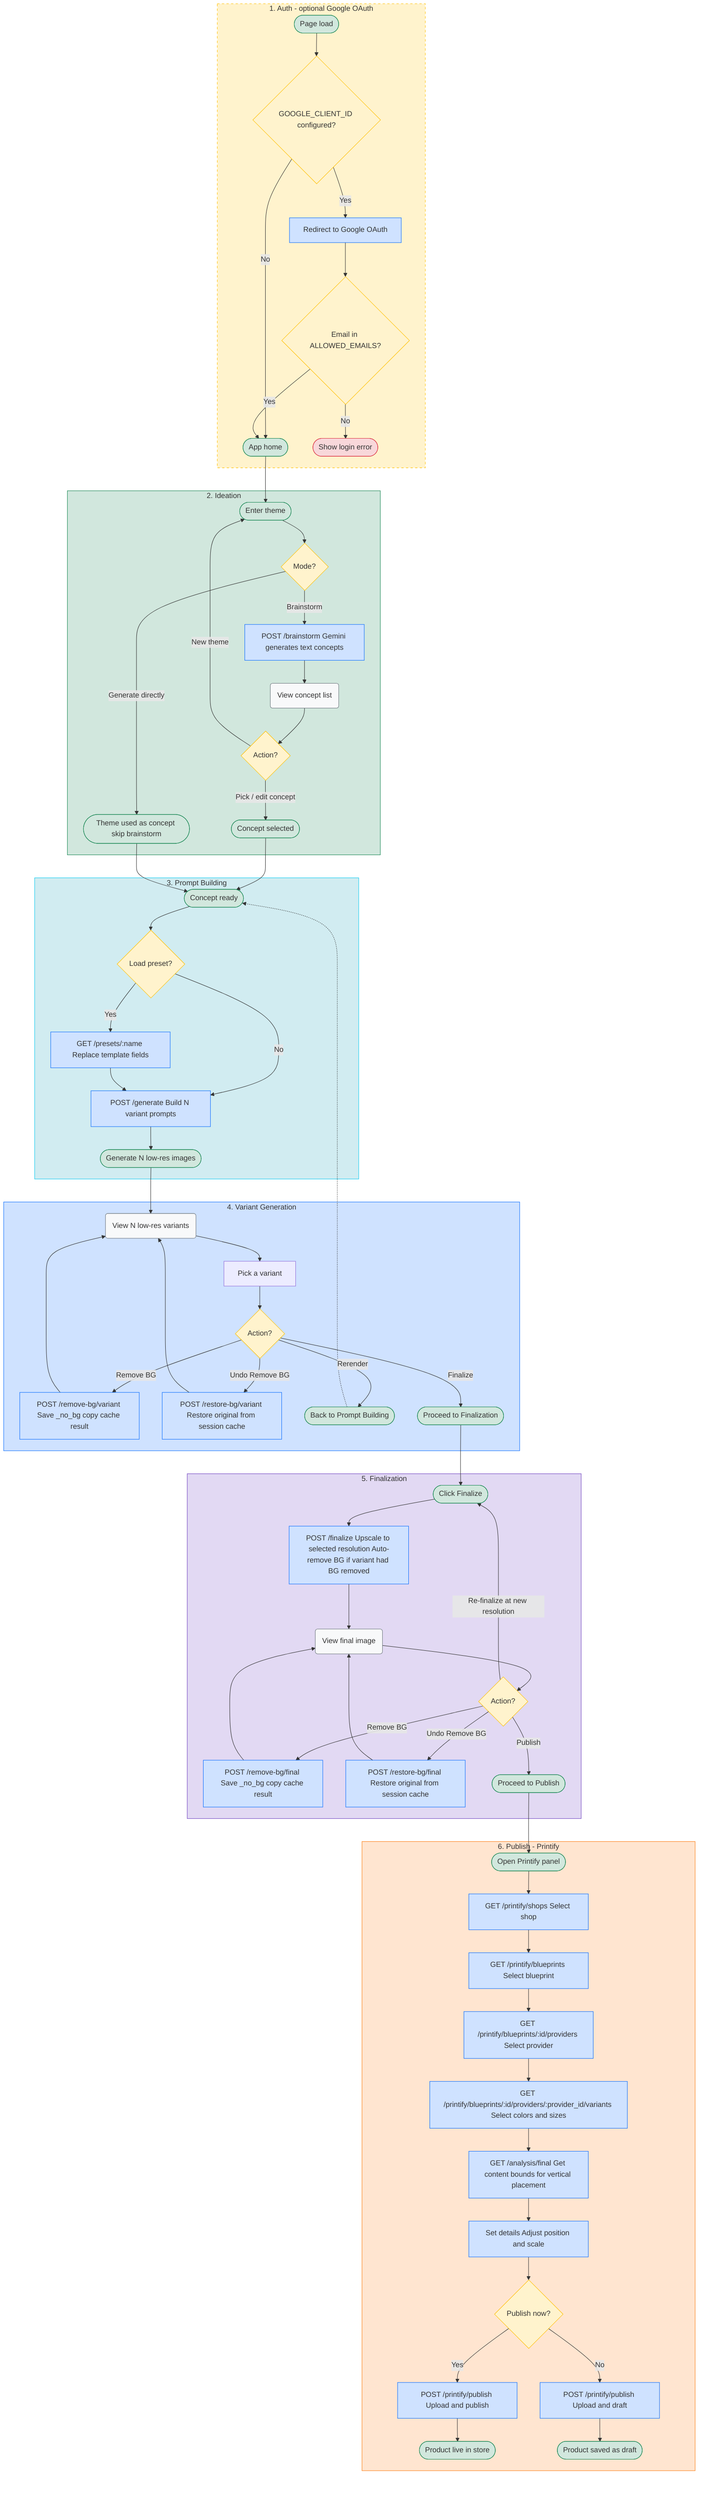
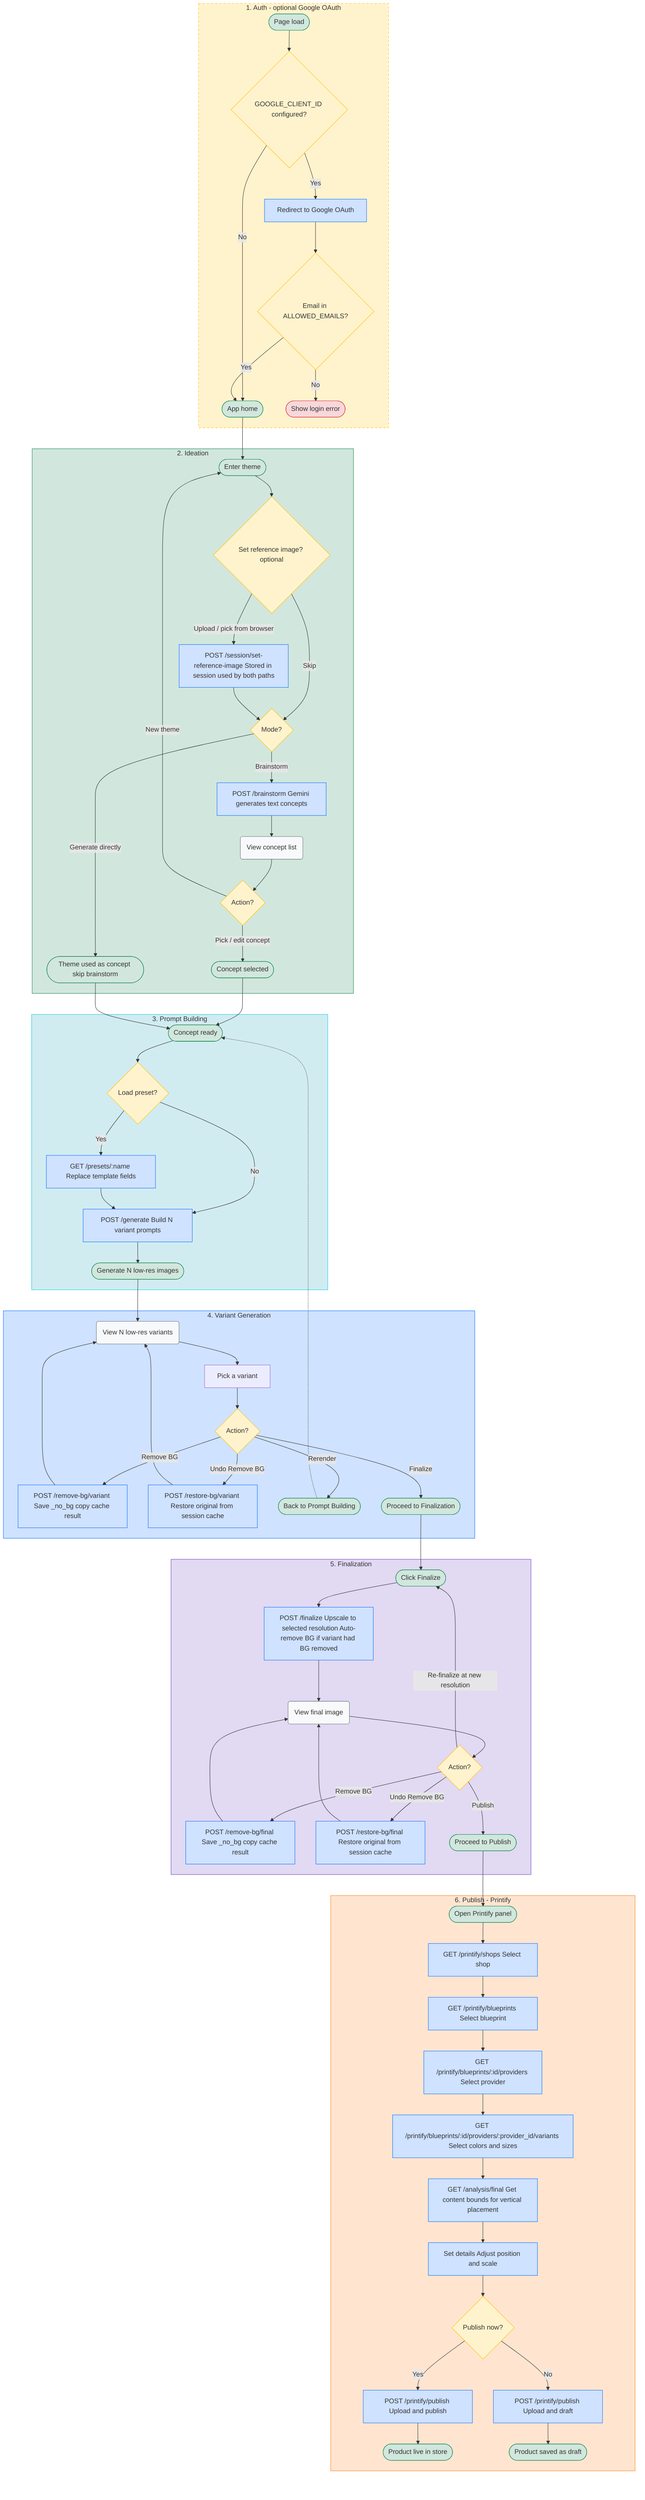
graph TD
    %% 1. Auth
    subgraph Auth [1. Auth - optional Google OAuth]
        PageLoad([Page load]) --> AuthEnabled{GOOGLE_CLIENT_ID configured?}
        AuthEnabled -- No --> AppHome([App home])
        AuthEnabled -- Yes --> OAuthRedirect[Redirect to Google OAuth]
        OAuthRedirect --> AllowlistCheck{Email in ALLOWED_EMAILS?}
        AllowlistCheck -- No --> LoginError([Show login error])
        AllowlistCheck -- Yes --> AppHome
    end

    %% 2. Ideation
    subgraph Ideation [2. Ideation]
-         EnterTheme([Enter theme]) --> IdeationMode{Mode?}
+         EnterTheme([Enter theme]) --> OptRefImage{Set reference image? optional}
+         OptRefImage -- "Upload / pick from browser" --> SetRefImage[POST /session/set-reference-image Stored in session used by both paths]
+         OptRefImage -- "Skip" --> IdeationMode{Mode?}
+         SetRefImage --> IdeationMode
        IdeationMode -- "Brainstorm" --> Brainstorm[POST /brainstorm Gemini generates text concepts]
        IdeationMode -- "Generate directly" --> DirectConcept([Theme used as concept skip brainstorm])
        Brainstorm --> ViewConcepts(View concept list)
        ViewConcepts --> IdeationChoice{Action?}
        IdeationChoice -- "Pick / edit concept" --> ConceptSelected([Concept selected])
        IdeationChoice -- "New theme" --> EnterTheme
    end

    %% 3. Prompt Building
    subgraph PromptBuild [3. Prompt Building]
        ConceptIn([Concept ready]) --> LoadPreset{Load preset?}
        LoadPreset -- Yes --> ApplyPreset[GET /presets/:name Replace template fields]
        LoadPreset -- No --> BuildPrompts
        ApplyPreset --> BuildPrompts[POST /generate Build N variant prompts]
        BuildPrompts --> GenImages([Generate N low-res images])
    end

    %% 4. Variant Generation
    subgraph VariantGen [4. Variant Generation]
        ViewVariants(View N low-res variants) --> PickVariant[Pick a variant]
        PickVariant --> VariantChoice{Action?}
        VariantChoice -- "Remove BG" --> RemoveBGVariant[POST /remove-bg/variant Save _no_bg copy cache result]
        RemoveBGVariant --> ViewVariants
        VariantChoice -- "Undo Remove BG" --> RestoreBGVariant[POST /restore-bg/variant Restore original from session cache]
        RestoreBGVariant --> ViewVariants
        VariantChoice -- "Rerender" --> RerenderVariants([Back to Prompt Building])
        VariantChoice -- "Finalize" --> ReadyToFinalize([Proceed to Finalization])
    end

    %% 5. Finalization
    subgraph Finalization [5. Finalization]
        ClickFinalize([Click Finalize]) --> Gen4K[POST /finalize Upscale to selected resolution Auto-remove BG if variant had BG removed]
        Gen4K --> ViewFinal(View final image)
        ViewFinal --> FinalChoice{Action?}
        FinalChoice -- "Remove BG" --> RemoveBGFinal[POST /remove-bg/final Save _no_bg copy cache result]
        RemoveBGFinal --> ViewFinal
        FinalChoice -- "Undo Remove BG" --> RestoreBGFinal[POST /restore-bg/final Restore original from session cache]
        RestoreBGFinal --> ViewFinal
        FinalChoice -- "Re-finalize at new resolution" --> ClickFinalize
        FinalChoice -- "Publish" --> ReadyToPublish([Proceed to Publish])
    end

    %% 6. Publish
    subgraph Publish [6. Publish - Printify]
        OpenPrintify([Open Printify panel]) --> SelectShop[GET /printify/shops Select shop]
        SelectShop --> SelectBlueprint[GET /printify/blueprints Select blueprint]
        SelectBlueprint --> SelectProvider[GET /printify/blueprints/:id/providers Select provider]
        SelectProvider --> SelectVariants[GET /printify/blueprints/:id/providers/:provider_id/variants Select colors and sizes]
        SelectVariants --> AnalyzeFinal[GET /analysis/final Get content bounds for vertical placement]
        AnalyzeFinal --> SetDetails[Set details Adjust position and scale]
        SetDetails --> PublishChoice{Publish now?}
        PublishChoice -- Yes --> PublishNow[POST /printify/publish Upload and publish]
        PublishChoice -- No --> SaveDraft[POST /printify/publish Upload and draft]
        PublishNow --> Done([Product live in store])
        SaveDraft --> Done2([Product saved as draft])
    end

    %% Phase transitions
    AppHome --> EnterTheme
    ConceptSelected --> ConceptIn
    DirectConcept --> ConceptIn
    GenImages --> ViewVariants
    RerenderVariants -.-> ConceptIn
    ReadyToFinalize --> ClickFinalize
    ReadyToPublish --> OpenPrintify

    %% Subgraph styling
    style Auth fill:#fff3cd,stroke:#ffc107,stroke-dasharray: 5 5
    style Ideation fill:#d1e7dd,stroke:#198754
    style PromptBuild fill:#d1ecf1,stroke:#0dcaf0
    style VariantGen fill:#cfe2ff,stroke:#0d6efd
    style Finalization fill:#e2d9f3,stroke:#6f42c1
    style Publish fill:#ffe5d0,stroke:#fd7e14

    %% Decision nodes - amber
    style AuthEnabled fill:#fff3cd,stroke:#ffc107
    style AllowlistCheck fill:#fff3cd,stroke:#ffc107
+     style OptRefImage fill:#fff3cd,stroke:#ffc107
    style IdeationMode fill:#fff3cd,stroke:#ffc107
    style IdeationChoice fill:#fff3cd,stroke:#ffc107
    style LoadPreset fill:#fff3cd,stroke:#ffc107
    style VariantChoice fill:#fff3cd,stroke:#ffc107
    style FinalChoice fill:#fff3cd,stroke:#ffc107
    style PublishChoice fill:#fff3cd,stroke:#ffc107

    %% API call nodes - blue
    style OAuthRedirect fill:#cfe2ff,stroke:#0d6efd
    style Brainstorm fill:#cfe2ff,stroke:#0d6efd
    style ApplyPreset fill:#cfe2ff,stroke:#0d6efd
    style BuildPrompts fill:#cfe2ff,stroke:#0d6efd
    style RemoveBGVariant fill:#cfe2ff,stroke:#0d6efd
    style RestoreBGVariant fill:#cfe2ff,stroke:#0d6efd
    style Gen4K fill:#cfe2ff,stroke:#0d6efd
    style RemoveBGFinal fill:#cfe2ff,stroke:#0d6efd
    style RestoreBGFinal fill:#cfe2ff,stroke:#0d6efd
    style SelectShop fill:#cfe2ff,stroke:#0d6efd
    style SelectBlueprint fill:#cfe2ff,stroke:#0d6efd
    style SelectProvider fill:#cfe2ff,stroke:#0d6efd
    style SelectVariants fill:#cfe2ff,stroke:#0d6efd
    style AnalyzeFinal fill:#cfe2ff,stroke:#0d6efd
+     style SetRefImage fill:#cfe2ff,stroke:#0d6efd
    style SetDetails fill:#cfe2ff,stroke:#0d6efd
    style PublishNow fill:#cfe2ff,stroke:#0d6efd
    style SaveDraft fill:#cfe2ff,stroke:#0d6efd

    %% View/state nodes - gray
    style ViewConcepts fill:#f8f9fa,stroke:#6c757d
    style ViewVariants fill:#f8f9fa,stroke:#6c757d
    style ViewFinal fill:#f8f9fa,stroke:#6c757d

    %% Terminal nodes - green
    style PageLoad fill:#d1e7dd,stroke:#198754
    style AppHome fill:#d1e7dd,stroke:#198754
    style EnterTheme fill:#d1e7dd,stroke:#198754
    style DirectConcept fill:#d1e7dd,stroke:#198754
    style ConceptSelected fill:#d1e7dd,stroke:#198754
    style ConceptIn fill:#d1e7dd,stroke:#198754
    style GenImages fill:#d1e7dd,stroke:#198754
    style RerenderVariants fill:#d1e7dd,stroke:#198754
    style ReadyToFinalize fill:#d1e7dd,stroke:#198754
    style ClickFinalize fill:#d1e7dd,stroke:#198754
    style ReadyToPublish fill:#d1e7dd,stroke:#198754
    style OpenPrintify fill:#d1e7dd,stroke:#198754
    style Done fill:#d1e7dd,stroke:#198754
    style Done2 fill:#d1e7dd,stroke:#198754

    %% Error nodes - red
    style LoginError fill:#f8d7da,stroke:#dc3545
